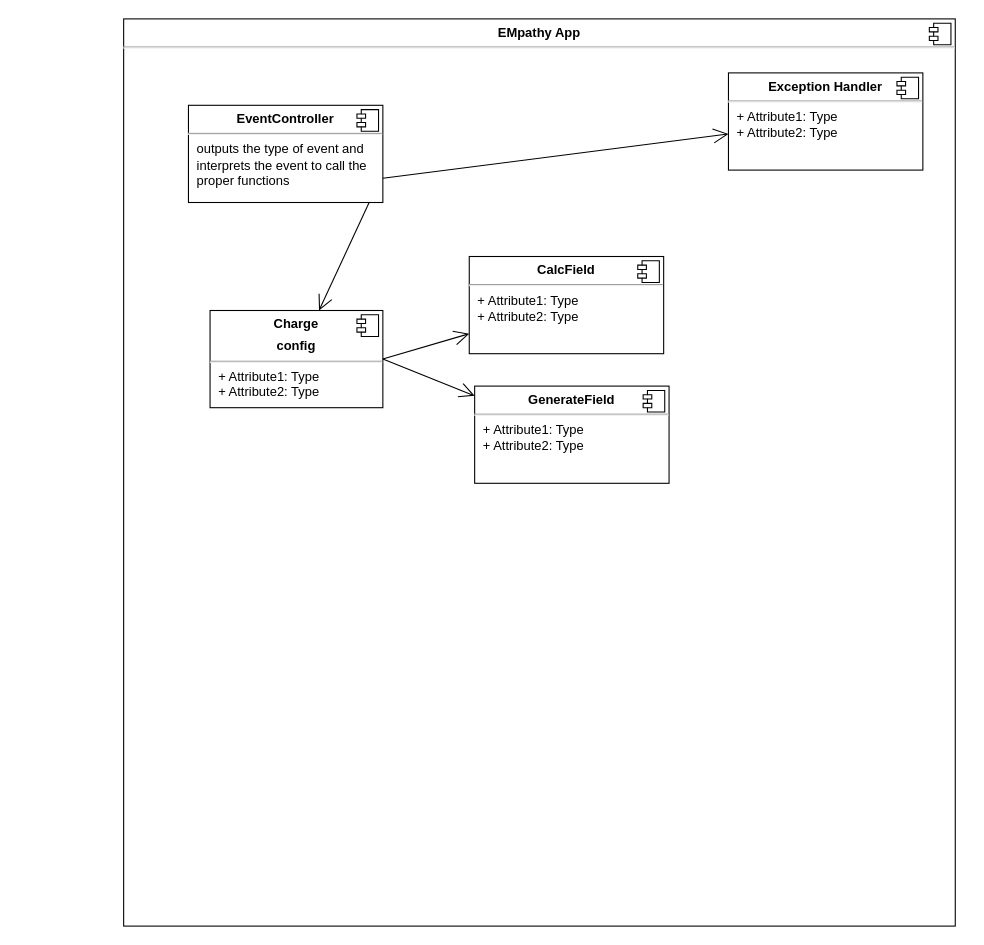
BramCole/EMpathy keeps this draw.io diagram as page "Component's Diagram" (2 of 9) of Docs/EMpathyClassDiagram.drawio. Above is the earlier version. Source tidied: cells renumbered, new cells numbered last; positions are measured from the earlier drawing's top-left corner, leaving out a move shared by most shapes. Both pictures are drawn from the tidied source at 108%, with x=0, y=0 at pixel (123, 18).
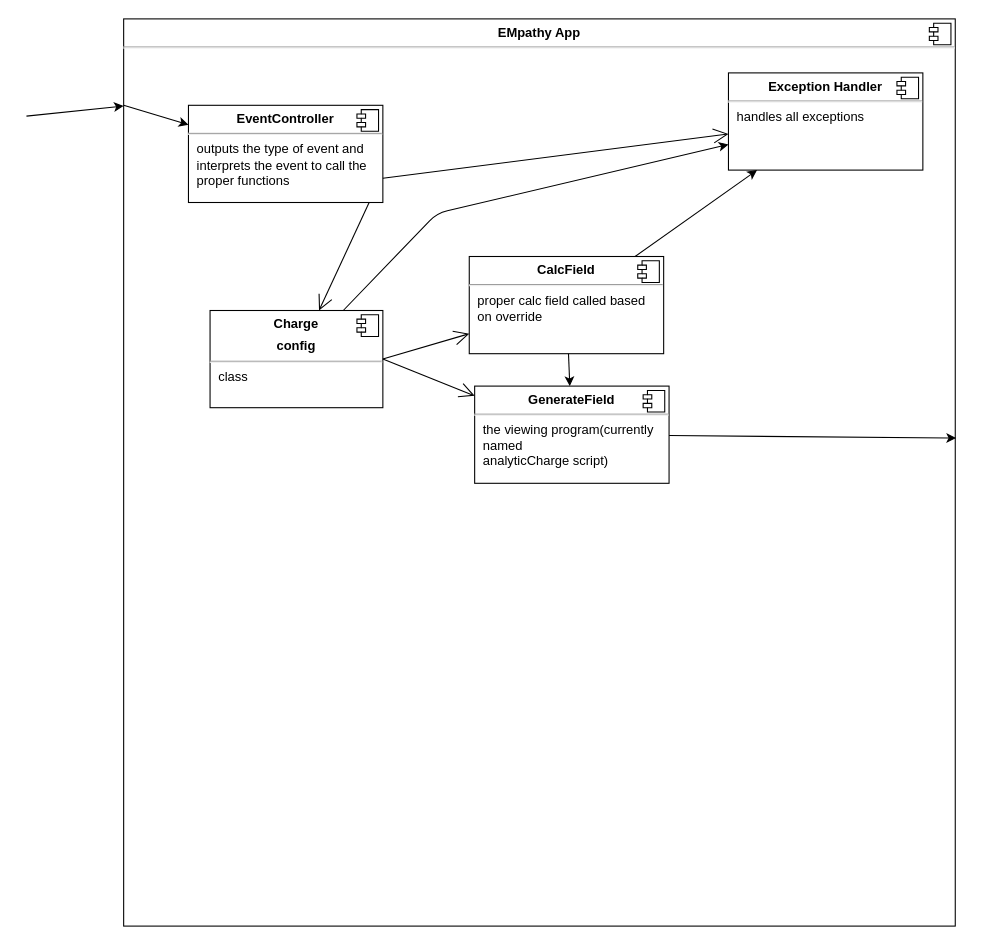
The same diagram, later.

The change refers to these unchanged cells:
```xml
<mxCell id="2" value="&lt;p style=&quot;margin: 0px ; margin-top: 6px ; text-align: center&quot;&gt;&lt;b&gt;EMpathy App&lt;/b&gt;&lt;/p&gt;&lt;hr&gt;&lt;p style=&quot;margin: 0px ; margin-left: 8px&quot;&gt;&lt;br&gt;&lt;/p&gt;" style="align=left;overflow=fill;html=1;" parent="1" vertex="1">
  <mxGeometry width="770" height="840" as="geometry" />
</mxCell>
<mxCell id="4" value="&lt;p style=&quot;margin: 0px ; margin-top: 6px ; text-align: center&quot;&gt;&lt;b&gt;EventController&lt;/b&gt;&lt;/p&gt;&lt;hr&gt;&lt;p style=&quot;margin: 0px ; margin-left: 8px&quot;&gt;outputs the type of event and&lt;/p&gt;&lt;p style=&quot;margin: 0px ; margin-left: 8px&quot;&gt;interprets the event to call the&amp;nbsp;&lt;/p&gt;&lt;p style=&quot;margin: 0px ; margin-left: 8px&quot;&gt;proper functions&lt;/p&gt;" style="align=left;overflow=fill;html=1;strokeColor=#000000;" parent="1" vertex="1">
  <mxGeometry x="60" y="80" width="180" height="90" as="geometry" />
</mxCell>
```

What changed in the source:
```diff
@@
-    <mxCell id="6" value="&lt;p style=&quot;margin: 0px ; margin-top: 6px ; text-align: center&quot;&gt;&lt;b&gt;GenerateField&lt;/b&gt;&lt;/p&gt;&lt;hr&gt;&lt;p style=&quot;margin: 0px ; margin-left: 8px&quot;&gt;+ Attribute1: Type&lt;br&gt;+ Attribute2: Type&lt;/p&gt;" style="align=left;overflow=fill;html=1;" parent="1" vertex="1">
+    <mxCell id="6" value="&lt;p style=&quot;margin: 0px ; margin-top: 6px ; text-align: center&quot;&gt;&lt;b&gt;GenerateField&lt;/b&gt;&lt;/p&gt;&lt;hr&gt;&lt;p style=&quot;margin: 0px ; margin-left: 8px&quot;&gt;the viewing program(currently&amp;nbsp;&lt;/p&gt;&lt;p style=&quot;margin: 0px ; margin-left: 8px&quot;&gt;named&lt;/p&gt;&lt;p style=&quot;margin: 0px ; margin-left: 8px&quot;&gt;analyticCharge script)&lt;/p&gt;" style="align=left;overflow=fill;html=1;" parent="1" vertex="1">
       <mxGeometry x="325" y="340" width="180" height="90" as="geometry" />
     </mxCell>
@@
-    <mxCell id="8" value="&lt;p style=&quot;margin: 0px ; margin-top: 6px ; text-align: center&quot;&gt;&lt;b&gt;Exception Handler&lt;/b&gt;&lt;/p&gt;&lt;hr&gt;&lt;p style=&quot;margin: 0px ; margin-left: 8px&quot;&gt;+ Attribute1: Type&lt;br&gt;+ Attribute2: Type&lt;/p&gt;" style="align=left;overflow=fill;html=1;" parent="1" vertex="1">
+    <mxCell id="8" value="&lt;p style=&quot;margin: 0px ; margin-top: 6px ; text-align: center&quot;&gt;&lt;b&gt;Exception Handler&lt;/b&gt;&lt;/p&gt;&lt;hr&gt;&lt;p style=&quot;margin: 0px ; margin-left: 8px&quot;&gt;handles all exceptions&lt;/p&gt;" style="align=left;overflow=fill;html=1;" parent="1" vertex="1">
       <mxGeometry x="560" y="50" width="180" height="90" as="geometry" />
     </mxCell>
@@
-    <mxCell id="10" value="&lt;p style=&quot;margin: 0px ; margin-top: 6px ; text-align: center&quot;&gt;&lt;b&gt;Charge&lt;/b&gt;&lt;/p&gt;&lt;p style=&quot;margin: 0px ; margin-top: 6px ; text-align: center&quot;&gt;&lt;b&gt;config&lt;/b&gt;&lt;/p&gt;&lt;hr&gt;&lt;p style=&quot;margin: 0px ; margin-left: 8px&quot;&gt;+ Attribute1: Type&lt;br&gt;+ Attribute2: Type&lt;/p&gt;" style="align=left;overflow=fill;html=1;" parent="1" vertex="1">
+    <mxCell id="10" value="&lt;p style=&quot;margin: 0px ; margin-top: 6px ; text-align: center&quot;&gt;&lt;b&gt;Charge&lt;/b&gt;&lt;/p&gt;&lt;p style=&quot;margin: 0px ; margin-top: 6px ; text-align: center&quot;&gt;&lt;b&gt;config&lt;/b&gt;&lt;/p&gt;&lt;hr&gt;&lt;p style=&quot;margin: 0px ; margin-left: 8px&quot;&gt;class&lt;/p&gt;" style="align=left;overflow=fill;html=1;" parent="1" vertex="1">
       <mxGeometry x="80" y="270" width="160" height="90" as="geometry" />
     </mxCell>
@@
-    <mxCell id="12" value="&lt;p style=&quot;margin: 0px ; margin-top: 6px ; text-align: center&quot;&gt;&lt;b&gt;CalcField&lt;/b&gt;&lt;/p&gt;&lt;hr&gt;&lt;p style=&quot;margin: 0px ; margin-left: 8px&quot;&gt;+ Attribute1: Type&lt;br&gt;+ Attribute2: Type&lt;/p&gt;" style="align=left;overflow=fill;html=1;" parent="1" vertex="1">
+    <mxCell id="12" value="&lt;p style=&quot;margin: 0px ; margin-top: 6px ; text-align: center&quot;&gt;&lt;b&gt;CalcField&lt;/b&gt;&lt;/p&gt;&lt;hr&gt;&lt;p style=&quot;margin: 0px ; margin-left: 8px&quot;&gt;proper calc field called based&lt;/p&gt;&lt;p style=&quot;margin: 0px ; margin-left: 8px&quot;&gt;on override&lt;/p&gt;" style="align=left;overflow=fill;html=1;" parent="1" vertex="1">
       <mxGeometry x="320" y="220" width="180" height="90" as="geometry" />
     </mxCell>
@@
+    <mxCell id="18" style="endArrow=classic;html=1;entryX=0;entryY=0.096;entryDx=0;entryDy=0;entryPerimeter=0;" parent="1" edge="1" target="2">
+      <mxGeometry relative="1" as="geometry">
+        <mxPoint x="-90" y="90" as="sourcePoint" />
+      </mxGeometry>
+    </mxCell>
+    <mxCell id="19" style="endArrow=classic;html=1;" parent="1" edge="1" target="4">
+      <mxGeometry relative="1" as="geometry">
+        <mxPoint y="80" as="sourcePoint" />
+      </mxGeometry>
+    </mxCell>
+    <mxCell id="20" style="endArrow=classic;html=1;" parent="1" edge="1" source="12" target="6">
+      <mxGeometry relative="1" as="geometry" />
+    </mxCell>
+    <mxCell id="21" style="endArrow=classic;html=1;entryX=1.001;entryY=0.462;entryDx=0;entryDy=0;entryPerimeter=0;" parent="1" edge="1" source="6" target="2">
+      <mxGeometry relative="1" as="geometry" />
+    </mxCell>
+    <mxCell id="22" style="endArrow=classic;html=1;" parent="1" edge="1" source="10" target="8">
+      <mxGeometry relative="1" as="geometry">
+        <Array as="points">
+          <mxPoint x="290" y="180" />
+        </Array>
+      </mxGeometry>
+    </mxCell>
+    <mxCell id="23" style="endArrow=classic;html=1;" parent="1" edge="1" source="12" target="8">
+      <mxGeometry relative="1" as="geometry" />
+    </mxCell>
```
